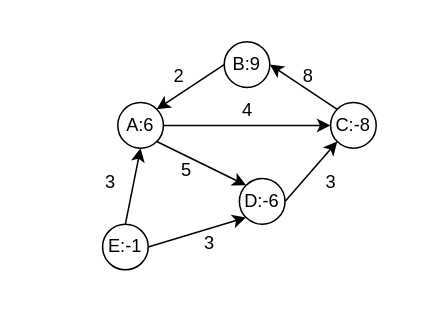
Before: hw5_Q1_1.drawio in Eren-Jeager123/Algorithm, a draw.io diagram. Source tidied: cells renumbered, new cells numbered last; positions are measured from the earlier drawing's top-left corner, leaving out a move shared by most shapes. Both pictures are drawn from the tidied source at 152%, with x=0, y=0 at pixel (87, 41).
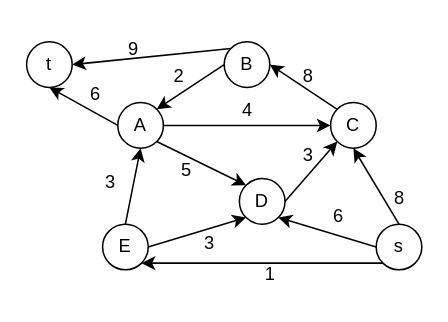
The same diagram, later.

Change to the diagram source:
```diff
@@
+    <mxCell id="21" style="rounded=0;jettySize=auto;html=1;exitX=0;exitY=0.5;exitDx=0;exitDy=0;entryX=0.5;entryY=1;entryDx=0;entryDy=0;" parent="1" edge="1" source="4" target="27">
+      <mxGeometry relative="1" as="geometry" />
+    </mxCell>
-    <mxCell id="4" value="A:6" style="ellipse;whiteSpace=wrap;html=1;" parent="1" vertex="1">
+    <mxCell id="4" value="A" style="ellipse;whiteSpace=wrap;html=1;" parent="1" vertex="1">
       <mxGeometry x="20" y="40" width="30" height="30" as="geometry" />
     </mxCell>
@@
+    <mxCell id="22" style="rounded=0;jettySize=auto;html=1;exitX=0;exitY=0;exitDx=0;exitDy=0;entryX=1;entryY=0.5;entryDx=0;entryDy=0;" parent="1" edge="1" source="6" target="27">
+      <mxGeometry relative="1" as="geometry" />
+    </mxCell>
-    <mxCell id="6" value="B:9" style="ellipse;whiteSpace=wrap;html=1;" parent="1" vertex="1">
+    <mxCell id="6" value="B" style="ellipse;whiteSpace=wrap;html=1;" parent="1" vertex="1">
       <mxGeometry x="90" width="30" height="30" as="geometry" />
     </mxCell>
@@
-    <mxCell id="8" value="C:-8" style="ellipse;whiteSpace=wrap;html=1;" parent="1" vertex="1">
+    <mxCell id="8" value="C" style="ellipse;whiteSpace=wrap;html=1;" parent="1" vertex="1">
       <mxGeometry x="160" y="40" width="30" height="30" as="geometry" />
     </mxCell>
@@
-    <mxCell id="11" value="E:-1" style="ellipse;whiteSpace=wrap;html=1;" parent="1" vertex="1">
+    <mxCell id="11" value="E" style="ellipse;whiteSpace=wrap;html=1;" parent="1" vertex="1">
       <mxGeometry x="10" y="120" width="30" height="30" as="geometry" />
     </mxCell>
@@
-    <mxCell id="13" value="D:-6" style="ellipse;whiteSpace=wrap;html=1;" parent="1" vertex="1">
+    <mxCell id="13" value="D" style="ellipse;whiteSpace=wrap;html=1;" parent="1" vertex="1">
       <mxGeometry x="100" y="90" width="30" height="30" as="geometry" />
     </mxCell>
@@
     <mxCell id="17" value="3" style="text;html=1;align=center;verticalAlign=middle;strokeColor=none;fillColor=none;" parent="1" vertex="1">
-      <mxGeometry x="145" y="78" width="30" height="30" as="geometry" />
+      <mxGeometry x="130" y="60" width="30" height="30" as="geometry" />
     </mxCell>
@@
+    <mxCell id="23" style="rounded=0;jettySize=auto;html=1;exitX=0.5;exitY=0;exitDx=0;exitDy=0;entryX=0.5;entryY=1;entryDx=0;entryDy=0;" parent="1" edge="1" source="26" target="8">
+      <mxGeometry relative="1" as="geometry" />
+    </mxCell>
+    <mxCell id="24" style="rounded=0;jettySize=auto;html=1;exitX=0;exitY=0.5;exitDx=0;exitDy=0;entryX=1;entryY=1;entryDx=0;entryDy=0;" parent="1" edge="1" source="26" target="13">
+      <mxGeometry relative="1" as="geometry" />
+    </mxCell>
+    <mxCell id="25" style="rounded=0;jettySize=auto;html=1;exitX=0;exitY=1;exitDx=0;exitDy=0;entryX=1;entryY=1;entryDx=0;entryDy=0;" parent="1" edge="1" source="26" target="11">
+      <mxGeometry relative="1" as="geometry" />
+    </mxCell>
+    <mxCell id="26" value="s" style="ellipse;whiteSpace=wrap;html=1;" parent="1" vertex="1">
+      <mxGeometry x="190" y="120" width="30" height="30" as="geometry" />
+    </mxCell>
+    <mxCell id="27" value="t" style="ellipse;whiteSpace=wrap;html=1;" parent="1" vertex="1">
+      <mxGeometry x="-40" width="30" height="30" as="geometry" />
+    </mxCell>
+    <mxCell id="28" value="8" style="text;html=1;align=center;verticalAlign=middle;strokeColor=none;fillColor=none;" parent="1" vertex="1">
+      <mxGeometry x="190" y="88" width="30" height="30" as="geometry" />
+    </mxCell>
+    <mxCell id="29" value="6" style="text;html=1;align=center;verticalAlign=middle;strokeColor=none;fillColor=none;" parent="1" vertex="1">
+      <mxGeometry x="150" y="100" width="30" height="30" as="geometry" />
+    </mxCell>
+    <mxCell id="30" value="1" style="text;html=1;align=center;verticalAlign=middle;strokeColor=none;fillColor=none;" parent="1" vertex="1">
+      <mxGeometry x="105" y="138" width="30" height="30" as="geometry" />
+    </mxCell>
+    <mxCell id="31" value="9" style="text;html=1;align=center;verticalAlign=middle;strokeColor=none;fillColor=none;" parent="1" vertex="1">
+      <mxGeometry x="15" y="-10" width="30" height="30" as="geometry" />
+    </mxCell>
+    <mxCell id="32" value="6" style="text;html=1;align=center;verticalAlign=middle;strokeColor=none;fillColor=none;" parent="1" vertex="1">
+      <mxGeometry x="-10" y="20" width="30" height="30" as="geometry" />
+    </mxCell>
```
